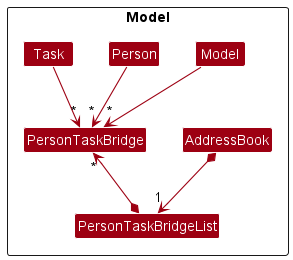
This is docs/images/PersonTaskBridgeDiagram.png from nus-cs2103-AY2223S1/tp, a PlantUML export, as it was before one commit.
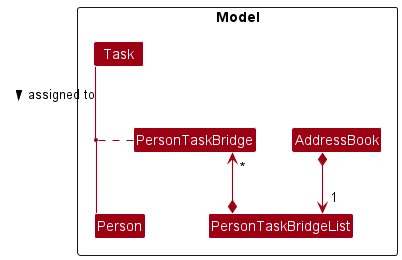
The same diagram one commit later.

Commit message:
docs: update personTaskBridge class diagram

- update personTaskBridge class diagram

The edit, as a diff of the source:
```diff
@@ -1,23 +1,21 @@
 @startuml
 !include style.puml
+skinparam linetype polyline
+skinparam linetype ortho
 skinparam arrowThickness 1.1
 skinparam arrowColor MODEL_COLOR
 skinparam classBackgroundColor MODEL_COLOR
 
 Package Model <<Rectangle>> {
     Class AddressBook
-    Class Model
+    Class Task
     Class Person
-    Class Task
     Class PersonTaskBridge
     Class PersonTaskBridgeList
+
+    Task -d- Person : > assigned to
+    (Person, Task) .. PersonTaskBridge
+    PersonTaskBridgeList "*" *-up-> PersonTaskBridge
+    AddressBook "1" *--> PersonTaskBridgeList
 }
-
-Person --> "*" PersonTaskBridge
-Task --> "*" PersonTaskBridge
-PersonTaskBridgeList *-up-> "*" PersonTaskBridge
-
-AddressBook *--> "1" PersonTaskBridgeList
-Model --> "*" PersonTaskBridge
-
 @enduml
```
